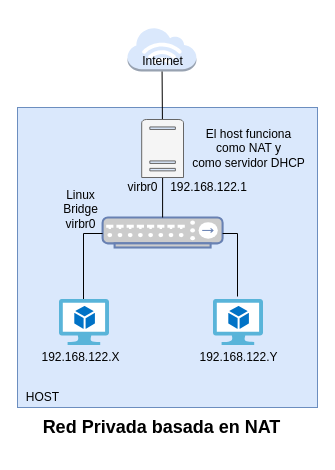
Before: modulo7/img/red_nat.drawio in josedom24/curso_virtualizacion_linux, a draw.io diagram. Source tidied: cells renumbered, new cells numbered last; positions are measured from the earlier drawing's top-left corner, leaving out a move shared by most shapes. Both pictures are drawn from the tidied source at 100%, with x=0, y=0 at pixel (17, 27).
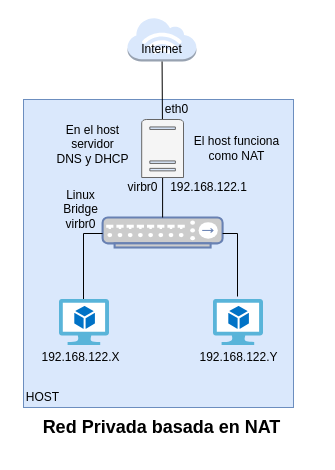
Above is the later version.

Diff of the diagram source:
```diff
@@
+    <mxCell id="21" style="rounded=0;whiteSpace=wrap;html=1;fontSize=18;fillColor=#dae8fc;strokeColor=#6c8ebf;" parent="1" vertex="1">
+      <mxGeometry x="6" y="72" width="270" height="308" as="geometry" />
+    </mxCell>
     <mxCell id="2" style="outlineConnect=0;dashed=0;verticalLabelPosition=bottom;verticalAlign=top;align=center;html=1;shape=mxgraph.aws3.internet_3;fillColor=#dae8fc;strokeColor=#6c8ebf;" parent="1" vertex="1">
-      <mxGeometry x="110" width="68.9" height="44" as="geometry" />
+      <mxGeometry x="110" y="-10" width="68.9" height="44" as="geometry" />
     </mxCell>
-    <mxCell id="3" style="whiteSpace=wrap;html=1;fillColor=#dae8fc;strokeColor=#6c8ebf;imageAspect=0;" parent="1" vertex="1">
-      <mxGeometry y="80" width="300" height="300" as="geometry" />
-    </mxCell>
@@
     <mxCell id="7" value="Internet" style="text;html=1;align=center;verticalAlign=middle;fillColor=none;strokeColor=none;rounded=0;" parent="1" vertex="1">
-      <mxGeometry x="115.1" y="24" width="60" height="20" as="geometry" />
+      <mxGeometry x="114.2" y="12" width="60" height="20" as="geometry" />
     </mxCell>
@@
-    <mxCell id="18" value="&lt;div&gt;El host funciona &lt;br&gt;&lt;/div&gt;&lt;div&gt;como NAT y &lt;br&gt;&lt;/div&gt;&lt;div&gt;como servidor DHCP&lt;/div&gt;" style="text;html=1;align=center;verticalAlign=middle;fillColor=none;strokeColor=none;rounded=0;" parent="1" vertex="1">
-      <mxGeometry x="166" y="96" width="130" height="50" as="geometry" />
+    <mxCell id="18" value="&lt;div&gt;El host funciona &lt;br&gt;&lt;/div&gt;&lt;div&gt;como NAT&lt;br&gt;&lt;/div&gt;" style="text;html=1;align=center;verticalAlign=middle;fillColor=none;strokeColor=none;rounded=0;" parent="1" vertex="1">
+      <mxGeometry x="169.2" y="106" width="100" height="30" as="geometry" />
     </mxCell>
@@
+    <mxCell id="22" value="&lt;div&gt;En el host&lt;/div&gt;&lt;div&gt;servidor &lt;br&gt;&lt;/div&gt;&lt;div&gt;DNS y DHCP&lt;br&gt;&lt;/div&gt;" style="text;html=1;align=center;verticalAlign=middle;fillColor=none;strokeColor=none;rounded=0;" parent="1" vertex="1">
+      <mxGeometry x="30.1" y="92" width="90" height="50" as="geometry" />
+    </mxCell>
+    <mxCell id="23" value="eth0" style="text;html=1;align=center;verticalAlign=middle;fillColor=none;strokeColor=none;rounded=0;" parent="1" vertex="1">
+      <mxGeometry x="138.9" y="72" width="40" height="20" as="geometry" />
+    </mxCell>
```
